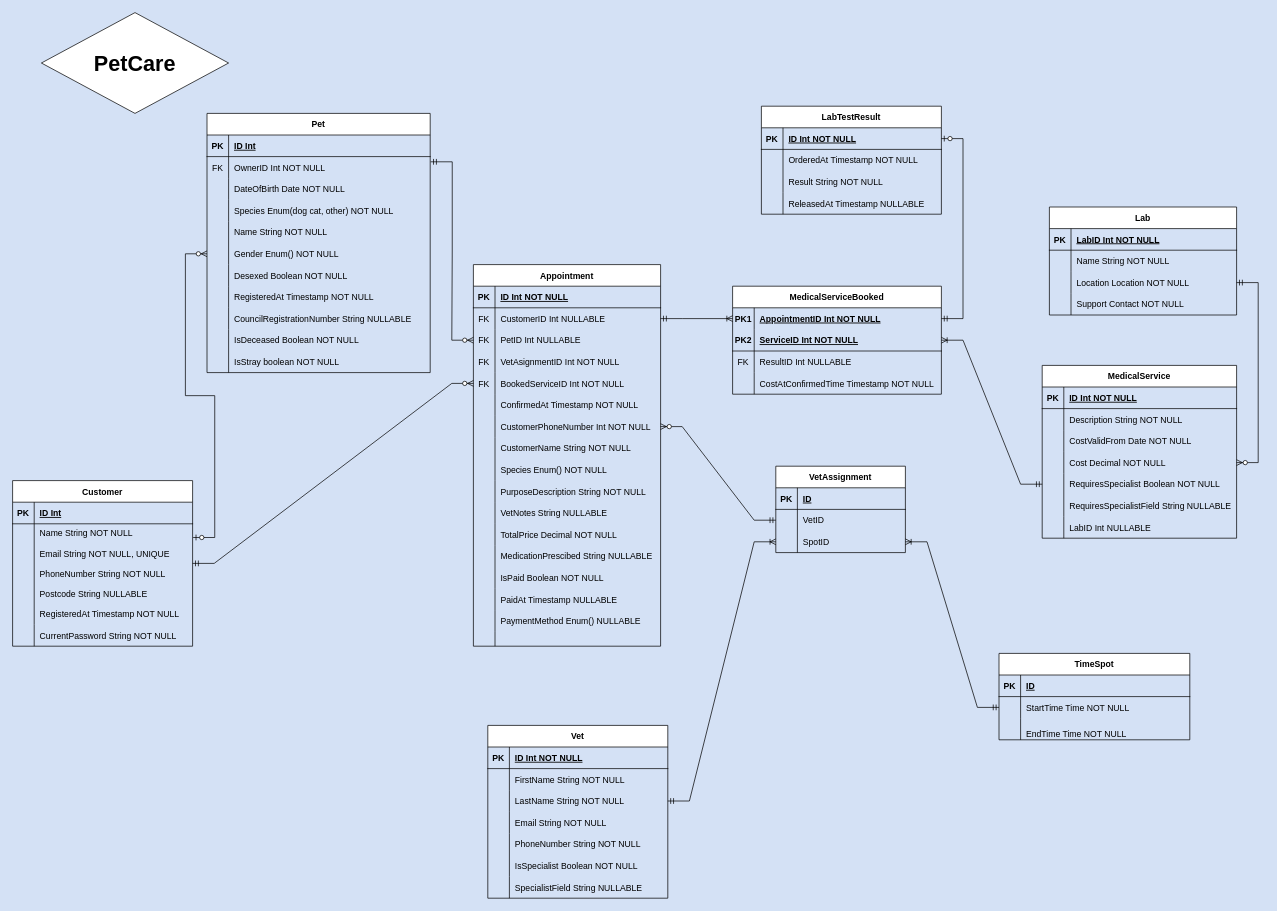
tamminh2003/petCare keeps this draw.io diagram as docs/PetCarERD.drawio. Above is the earlier version. Source tidied: cells renumbered, new cells numbered last; positions are measured from the earlier drawing's top-left corner, leaving out a move shared by most shapes. Both pictures are drawn from the tidied source at 72%, with x=0, y=0 at pixel (12, 12).
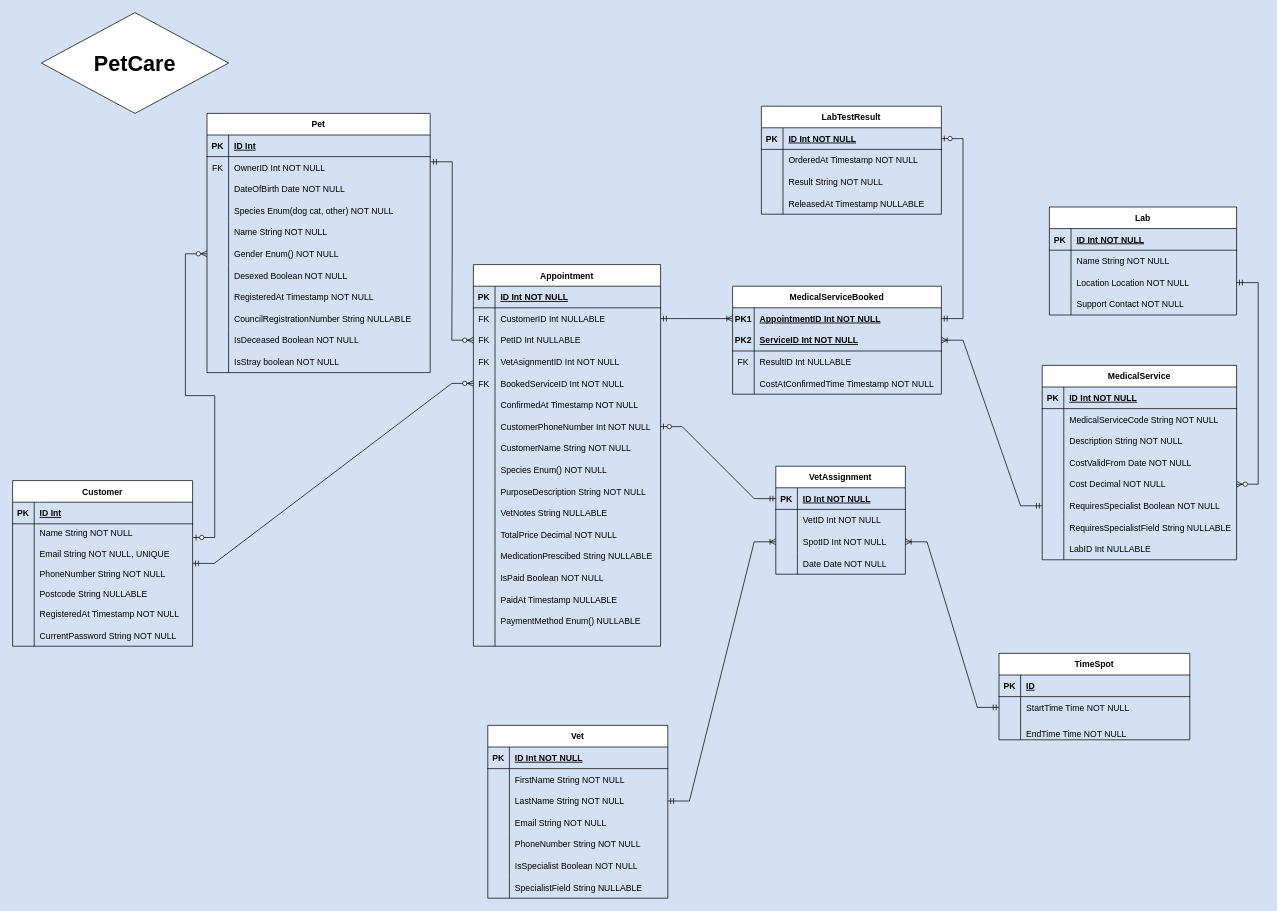
The same diagram, later.

Commit message (it also covers changes not shown here):
fix ERD, add DDL

Unchanged cells that the change refers to:
```xml
<mxCell id="21" style="shape=tableRow;horizontal=0;startSize=0;swimlaneHead=0;swimlaneBody=0;fillColor=none;points=[[0,0.5],[1,0.5]];portConstraint=eastwest;top=0;left=0;right=0;bottom=0;" parent="2" vertex="1">
  <mxGeometry y="210" width="260" height="30" as="geometry" />
</mxCell>
<mxCell id="175" style="shape=tableRow;horizontal=0;startSize=0;swimlaneHead=0;swimlaneBody=0;fillColor=none;top=0;left=0;right=0;bottom=1;" parent="174" vertex="1">
  <mxGeometry y="30" width="260" height="30" as="geometry" />
</mxCell>
<mxCell id="194" style="shape=tableRow;horizontal=0;startSize=0;swimlaneHead=0;swimlaneBody=0;fillColor=none;points=[[0,0.5],[1,0.5]];portConstraint=eastwest;top=0;left=0;right=0;bottom=1;" parent="193" vertex="1">
  <mxGeometry y="30" width="180" height="30" as="geometry" />
</mxCell>
<mxCell id="197" style="shape=tableRow;horizontal=0;startSize=0;swimlaneHead=0;swimlaneBody=0;fillColor=none;points=[[0,0.5],[1,0.5]];portConstraint=eastwest;top=0;left=0;right=0;bottom=0;" parent="193" vertex="1">
  <mxGeometry y="60" width="180" height="30" as="geometry" />
</mxCell>
<mxCell id="200" style="shape=tableRow;horizontal=0;startSize=0;swimlaneHead=0;swimlaneBody=0;fillColor=none;points=[[0,0.5],[1,0.5]];portConstraint=eastwest;top=0;left=0;right=0;bottom=0;" parent="193" vertex="1">
  <mxGeometry y="90" width="180" height="30" as="geometry" />
</mxCell>
```

Diff of the diagram source:
```diff
@@
     <mxCell id="67" value="MedicalService" style="shape=table;startSize=30;childLayout=tableLayout;rowLines=0;fontStyle=1;align=center;" parent="1" vertex="1">
-      <mxGeometry x="1430" y="490" width="270" height="240" as="geometry" />
+      <mxGeometry x="1430" y="490" width="270" height="270" as="geometry" />
     </mxCell>
@@
+    <mxCell id="215" style="shape=tableRow;horizontal=0;startSize=0;swimlaneHead=0;swimlaneBody=0;fillColor=none;top=0;left=0;right=0;bottom=0;" parent="67" vertex="1">
+      <mxGeometry y="60" width="270" height="30" as="geometry" />
+    </mxCell>
+    <mxCell id="216" style="shape=partialRectangle;fillColor=none;top=0;left=0;bottom=0;right=0;overflow=hidden;" parent="215" vertex="1">
+      <mxGeometry width="30" height="30" as="geometry" />
+    </mxCell>
+    <mxCell id="217" value="MedicalServiceCode String NOT NULL" style="shape=partialRectangle;fillColor=none;top=0;left=0;bottom=0;right=0;align=left;spacingLeft=6;overflow=hidden;" parent="215" vertex="1">
+      <mxGeometry x="30" width="240" height="30" as="geometry" />
+    </mxCell>
     <mxCell id="71" style="shape=partialRectangle;fillColor=none;top=0;left=0;right=0;bottom=0;" parent="67" vertex="1">
-      <mxGeometry y="60" width="270" height="30" as="geometry" />
+      <mxGeometry y="90" width="270" height="30" as="geometry" />
     </mxCell>
@@
     <mxCell id="74" style="shape=tableRow;horizontal=0;startSize=0;swimlaneHead=0;swimlaneBody=0;fillColor=none;top=0;left=0;right=0;bottom=0;" parent="67" vertex="1">
-      <mxGeometry y="90" width="270" height="30" as="geometry" />
+      <mxGeometry y="120" width="270" height="30" as="geometry" />
     </mxCell>
@@
     <mxCell id="77" style="shape=tableRow;horizontal=0;startSize=0;swimlaneHead=0;swimlaneBody=0;fillColor=none;points=[[0,0.5],[1,0.5]];portConstraint=eastwest;top=0;left=0;right=0;bottom=0;" parent="67" vertex="1">
-      <mxGeometry y="120" width="270" height="30" as="geometry" />
+      <mxGeometry y="150" width="270" height="30" as="geometry" />
     </mxCell>
@@
     <mxCell id="80" style="shape=tableRow;horizontal=0;startSize=0;swimlaneHead=0;swimlaneBody=0;fillColor=none;points=[[0,0.5],[1,0.5]];portConstraint=eastwest;top=0;left=0;right=0;bottom=0;" parent="67" vertex="1">
-      <mxGeometry y="150" width="270" height="30" as="geometry" />
+      <mxGeometry y="180" width="270" height="30" as="geometry" />
     </mxCell>
@@
     <mxCell id="83" style="shape=tableRow;horizontal=0;startSize=0;swimlaneHead=0;swimlaneBody=0;fillColor=none;top=0;left=0;right=0;bottom=0;" parent="67" vertex="1">
-      <mxGeometry y="180" width="270" height="30" as="geometry" />
+      <mxGeometry y="210" width="270" height="30" as="geometry" />
     </mxCell>
@@
     <mxCell id="86" style="shape=tableRow;horizontal=0;startSize=0;swimlaneHead=0;swimlaneBody=0;fillColor=none;top=0;left=0;right=0;bottom=0;" parent="67" vertex="1">
-      <mxGeometry y="210" width="270" height="30" as="geometry" />
+      <mxGeometry y="240" width="270" height="30" as="geometry" />
     </mxCell>
@@
-    <mxCell id="145" style="edgeStyle=entityRelationEdgeStyle;fontSize=12;html=1;endArrow=ERzeroToMany;startArrow=ERmandOne;rounded=0;exitX=0;exitY=0.5;exitDx=0;exitDy=0;entryX=1;entryY=0.5;entryDx=0;entryDy=0;" parent="1" edge="1" source="197" target="21">
-      <mxGeometry relative="1" as="geometry" />
-    </mxCell>
@@
-    <mxCell id="177" value="LabID Int NOT NULL" style="shape=partialRectangle;fillColor=none;top=0;left=0;bottom=0;right=0;align=left;spacingLeft=6;fontStyle=5;overflow=hidden;" parent="175" vertex="1">
+    <mxCell id="177" value="ID Int NOT NULL" style="shape=partialRectangle;fillColor=none;top=0;left=0;bottom=0;right=0;align=left;spacingLeft=6;fontStyle=5;overflow=hidden;" parent="175" vertex="1">
       <mxGeometry x="30" width="230" height="30" as="geometry" />
     </mxCell>
@@
     <mxCell id="193" value="VetAssignment" style="shape=table;startSize=30;childLayout=tableLayout;rowLines=0;fontStyle=1;align=center;" parent="1" vertex="1">
-      <mxGeometry x="1060" y="630" width="180" height="120" as="geometry" />
+      <mxGeometry x="1060" y="630" width="180" height="150" as="geometry" />
     </mxCell>
@@
-    <mxCell id="196" value="ID" style="shape=partialRectangle;fillColor=none;top=0;left=0;bottom=0;right=0;align=left;spacingLeft=6;fontStyle=5;overflow=hidden;" parent="194" vertex="1">
+    <mxCell id="196" value="ID Int NOT NULL" style="shape=partialRectangle;fillColor=none;top=0;left=0;bottom=0;right=0;align=left;spacingLeft=6;fontStyle=5;overflow=hidden;" parent="194" vertex="1">
       <mxGeometry x="30" width="150" height="30" as="geometry" />
     </mxCell>
@@
-    <mxCell id="199" value="VetID" style="shape=partialRectangle;fillColor=none;top=0;left=0;bottom=0;right=0;align=left;spacingLeft=6;overflow=hidden;" parent="197" vertex="1">
+    <mxCell id="199" value="VetID Int NOT NULL" style="shape=partialRectangle;fillColor=none;top=0;left=0;bottom=0;right=0;align=left;spacingLeft=6;overflow=hidden;" parent="197" vertex="1">
       <mxGeometry x="30" width="150" height="30" as="geometry" />
     </mxCell>
@@
-    <mxCell id="202" value="SpotID" style="shape=partialRectangle;fillColor=none;top=0;left=0;bottom=0;right=0;align=left;spacingLeft=6;overflow=hidden;" parent="200" vertex="1">
+    <mxCell id="202" value="SpotID Int NOT NULL" style="shape=partialRectangle;fillColor=none;top=0;left=0;bottom=0;right=0;align=left;spacingLeft=6;overflow=hidden;" parent="200" vertex="1">
       <mxGeometry x="30" width="150" height="30" as="geometry" />
     </mxCell>
+    <mxCell id="218" style="shape=tableRow;horizontal=0;startSize=0;swimlaneHead=0;swimlaneBody=0;fillColor=none;top=0;left=0;right=0;bottom=0;" parent="193" vertex="1">
+      <mxGeometry y="120" width="180" height="30" as="geometry" />
+    </mxCell>
+    <mxCell id="219" style="shape=partialRectangle;fillColor=none;top=0;left=0;bottom=0;right=0;overflow=hidden;" parent="218" vertex="1">
+      <mxGeometry width="30" height="30" as="geometry" />
+    </mxCell>
+    <mxCell id="220" value="Date Date NOT NULL" style="shape=partialRectangle;fillColor=none;top=0;left=0;bottom=0;right=0;align=left;spacingLeft=6;overflow=hidden;" parent="218" vertex="1">
+      <mxGeometry x="30" width="150" height="30" as="geometry" />
+    </mxCell>
@@
+    <mxCell id="221" style="edgeStyle=entityRelationEdgeStyle;fontSize=12;html=1;endArrow=ERzeroToOne;startArrow=ERmandOne;rounded=0;entryX=1;entryY=0.5;entryDx=0;entryDy=0;exitX=0;exitY=0.5;exitDx=0;exitDy=0;" parent="1" edge="1" source="194" target="21">
+      <mxGeometry relative="1" as="geometry" />
+    </mxCell>
```
